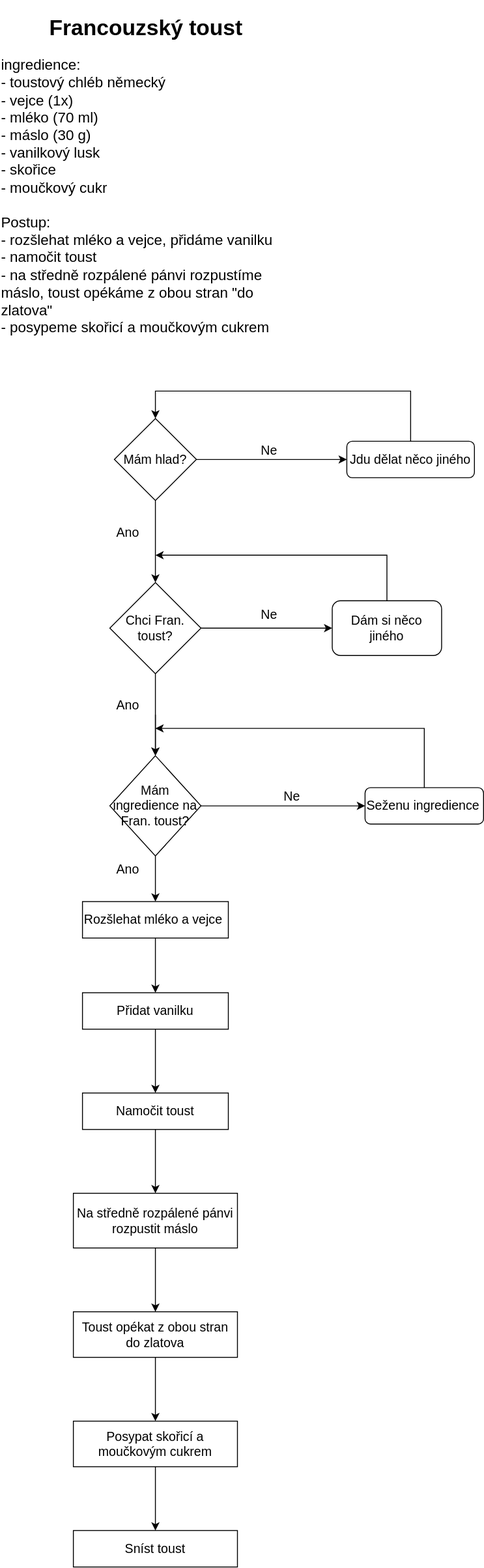
Before: Untitled Diagram.drawio.svg, a diagram exported from draw.io (JakesJakub/diagrams1.net). Source tidied: cells renumbered, new cells last; positions are measured from the earlier drawing's top-left corner, leaving out a move shared by most shapes.
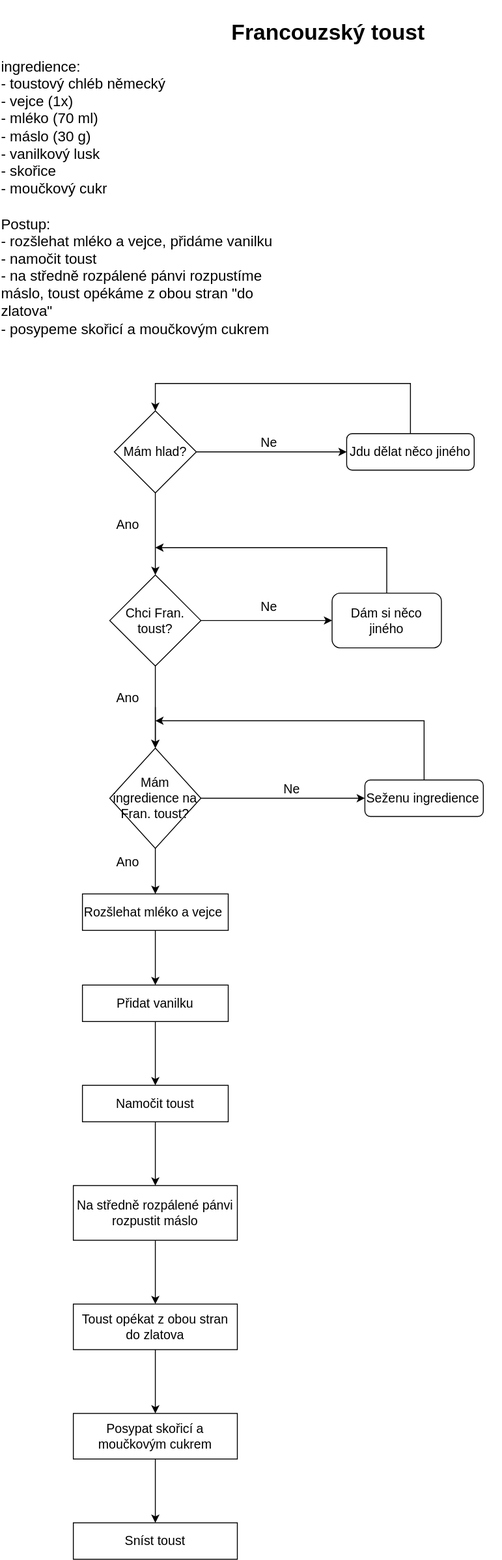
Later version of the same file.

The edit, as a diff of the source:
```diff
@@ -2,8 +2,8 @@
   <root>
     <mxCell id="0" />
     <mxCell id="1" parent="0" />
-    <mxCell id="2" value="&lt;h1&gt;&lt;font&gt;&lt;span style=&quot;font-size: 24px&quot;&gt;Francouzský toust&lt;/span&gt;&lt;/font&gt;&lt;/h1&gt;&lt;font&gt;&lt;div style=&quot;text-align: left&quot;&gt;&lt;span style=&quot;font-size: medium&quot;&gt;ingredience:&lt;br&gt;- toustový chléb německý&lt;br&gt;- vejce (1x)&lt;br&gt;- mléko (70 ml)&lt;br&gt;- máslo (30 g)&lt;br&gt;- vanilkový lusk&lt;br&gt;- skořice&lt;br&gt;- moučkový cukr&lt;br&gt;&lt;br&gt;Postup:&lt;br&gt;- rozšlehat mléko a vejce, přidáme vanilku&lt;br&gt;- namočit toust&lt;br&gt;- na středně rozpálené pánvi rozpustíme máslo, toust opékáme z obou stran &quot;do zlatova&quot;&lt;br&gt;- posypeme skořicí a moučkovým cukrem&lt;/span&gt;&lt;/div&gt;&lt;br&gt;&lt;/font&gt;" style="text;html=1;strokeColor=none;fillColor=none;align=center;verticalAlign=middle;whiteSpace=wrap;rounded=0;" parent="1" vertex="1">
-      <mxGeometry width="320" height="366.2" as="geometry" />
+    <mxCell id="2" value="&lt;font&gt;&lt;div style=&quot;text-align: left&quot;&gt;&lt;span style=&quot;font-size: medium&quot;&gt;ingredience:&lt;br&gt;- toustový chléb německý&lt;br&gt;- vejce (1x)&lt;br&gt;- mléko (70 ml)&lt;br&gt;- máslo (30 g)&lt;br&gt;- vanilkový lusk&lt;br&gt;- skořice&lt;br&gt;- moučkový cukr&lt;br&gt;&lt;br&gt;Postup:&lt;br&gt;- rozšlehat mléko a vejce, přidáme vanilku&lt;br&gt;- namočit toust&lt;br&gt;- na středně rozpálené pánvi rozpustíme máslo, toust opékáme z obou stran &quot;do zlatova&quot;&lt;br&gt;- posypeme skořicí a moučkovým cukrem&lt;/span&gt;&lt;/div&gt;&lt;br&gt;&lt;/font&gt;" style="text;html=1;strokeColor=none;fillColor=none;align=center;verticalAlign=middle;whiteSpace=wrap;rounded=0;" parent="1" vertex="1">
+      <mxGeometry y="40" width="320" height="366.2" as="geometry" />
     </mxCell>
     <mxCell id="3" style="edgeStyle=orthogonalEdgeStyle;rounded=0;jettySize=auto;html=1;exitX=0.5;exitY=0;exitDx=0;exitDy=0;fontSize=14;" parent="1" edge="1" source="4">
       <mxGeometry relative="1" as="geometry">
@@ -134,5 +134,8 @@
     <mxCell id="38" value="Mám hlad?" style="rhombus;whiteSpace=wrap;html=1;fontSize=14;" parent="1" vertex="1">
       <mxGeometry x="125" y="450" width="90" height="90" as="geometry" />
     </mxCell>
+    <mxCell id="39" value="&lt;font style=&quot;font-size: 18px&quot;&gt;&lt;b&gt;&lt;font style=&quot;font-size: 24px&quot;&gt;Francouzský toust&lt;/font&gt;&lt;/b&gt;&lt;/font&gt;" style="text;html=1;strokeColor=none;fillColor=none;align=center;verticalAlign=middle;whiteSpace=wrap;rounded=0;fontSize=14;" parent="1" vertex="1">
+      <mxGeometry x="170" width="380" height="70" as="geometry" />
+    </mxCell>
   </root>
 </mxGraphModel>
```
